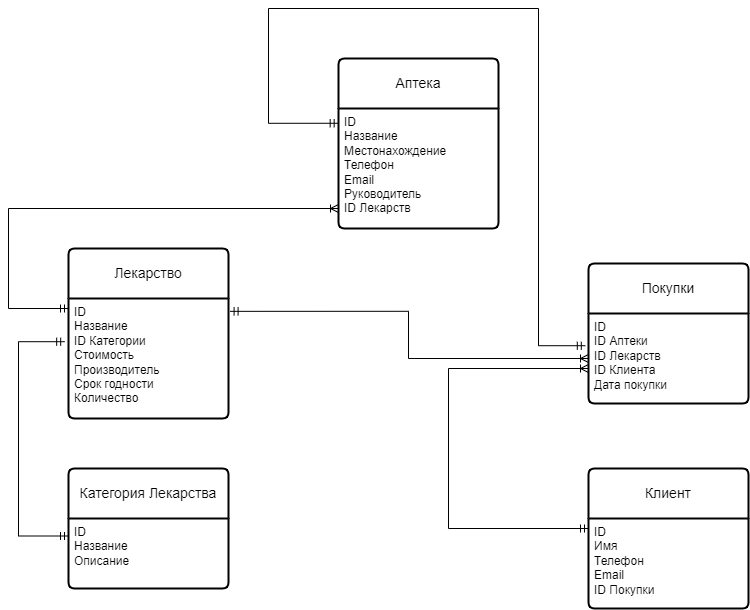
Above: Data_Base.drawio.png in Darber32/Calculator (draw.io), before the change. Source tidied: cells renumbered, new cells last; positions are measured from the earlier drawing's top-left corner, leaving out a move shared by most shapes. Source of this version:
```xml
<mxGraphModel>
  <root>
    <mxCell id="0" />
    <mxCell id="1" parent="0" />
    <mxCell id="2" value="Аптека" style="swimlane;horizontal=1;startSize=50;rounded=1;fontSize=14;fontStyle=0;strokeWidth=2;shadow=0;dashed=0;align=center;arcSize=4;whiteSpace=wrap;html=1;" parent="1" vertex="1">
      <mxGeometry x="330" y="50" width="160" height="170" as="geometry" />
    </mxCell>
    <mxCell id="3" value="ID&lt;div&gt;Название&lt;/div&gt;&lt;div&gt;Местонахождение&lt;/div&gt;&lt;div&gt;Телефон&lt;/div&gt;&lt;div&gt;Email&lt;/div&gt;&lt;div&gt;Руководитель&lt;/div&gt;&lt;div&gt;ID Лекарств&lt;/div&gt;" style="align=left;strokeColor=none;fillColor=none;spacingLeft=4;fontSize=12;verticalAlign=top;html=1;" parent="2" vertex="1">
      <mxGeometry y="50" width="160" height="120" as="geometry" />
    </mxCell>
    <mxCell id="4" value="Лекарство" style="swimlane;horizontal=1;startSize=50;rounded=1;fontSize=14;fontStyle=0;strokeWidth=2;shadow=0;dashed=0;align=center;arcSize=4;whiteSpace=wrap;html=1;" parent="1" vertex="1">
      <mxGeometry x="60" y="240" width="160" height="170" as="geometry" />
    </mxCell>
    <mxCell id="5" value="ID&lt;div&gt;Название&lt;/div&gt;&lt;div&gt;ID Категории&lt;/div&gt;&lt;div&gt;Стоимость&lt;/div&gt;&lt;div&gt;Производитель&lt;/div&gt;&lt;div&gt;Срок годности&lt;/div&gt;&lt;div&gt;Количество&lt;/div&gt;" style="align=left;strokeColor=none;fillColor=none;spacingLeft=4;fontSize=12;verticalAlign=top;html=1;" parent="4" vertex="1">
      <mxGeometry y="50" width="160" height="120" as="geometry" />
    </mxCell>
    <mxCell id="6" value="Покупки" style="swimlane;horizontal=1;startSize=50;rounded=1;fontSize=14;fontStyle=0;strokeWidth=2;shadow=0;dashed=0;align=center;arcSize=4;whiteSpace=wrap;html=1;" parent="1" vertex="1">
      <mxGeometry x="580" y="255" width="160" height="140" as="geometry" />
    </mxCell>
    <mxCell id="7" value="&lt;div&gt;ID&lt;/div&gt;&lt;span style=&quot;background-color: initial;&quot;&gt;ID Аптеки&lt;/span&gt;&lt;div&gt;&lt;div&gt;ID Лекарств&lt;/div&gt;&lt;div&gt;&lt;div&gt;ID Клиента&lt;/div&gt;&lt;div&gt;Дата покупки&lt;/div&gt;&lt;/div&gt;&lt;/div&gt;" style="align=left;strokeColor=none;fillColor=none;spacingLeft=4;fontSize=12;verticalAlign=top;html=1;" parent="6" vertex="1">
      <mxGeometry y="50" width="160" height="90" as="geometry" />
    </mxCell>
    <mxCell id="8" value="Категория Лекарства" style="swimlane;horizontal=1;startSize=50;rounded=1;fontSize=14;fontStyle=0;strokeWidth=2;shadow=0;dashed=0;align=center;arcSize=4;whiteSpace=wrap;html=1;" parent="1" vertex="1">
      <mxGeometry x="60" y="460" width="160" height="120" as="geometry" />
    </mxCell>
    <mxCell id="9" value="ID&lt;div&gt;Название&lt;/div&gt;&lt;div&gt;Описание&lt;/div&gt;" style="align=left;strokeColor=none;fillColor=none;spacingLeft=4;fontSize=12;verticalAlign=top;html=1;" parent="8" vertex="1">
      <mxGeometry y="50" width="160" height="70" as="geometry" />
    </mxCell>
    <mxCell id="10" value="Клиент" style="swimlane;horizontal=1;startSize=50;rounded=1;fontSize=14;fontStyle=0;strokeWidth=2;shadow=0;dashed=0;align=center;arcSize=4;whiteSpace=wrap;html=1;" parent="1" vertex="1">
      <mxGeometry x="580" y="460" width="160" height="140" as="geometry" />
    </mxCell>
    <mxCell id="11" value="ID&lt;div&gt;Имя&lt;/div&gt;&lt;div&gt;Телефон&lt;/div&gt;&lt;div&gt;Email&lt;/div&gt;&lt;div&gt;ID Покупки&lt;/div&gt;" style="align=left;strokeColor=none;fillColor=none;spacingLeft=4;fontSize=12;verticalAlign=top;html=1;" parent="10" vertex="1">
      <mxGeometry y="50" width="160" height="90" as="geometry" />
    </mxCell>
    <mxCell id="12" style="edgeStyle=orthogonalEdgeStyle;fontSize=12;html=1;endArrow=ERmandOne;startArrow=ERmandOne;rounded=0;entryX=0;entryY=0.25;entryDx=0;entryDy=0;exitX=-0.024;exitY=0.36;exitDx=0;exitDy=0;exitPerimeter=0;" parent="1" edge="1" source="5" target="9">
      <mxGeometry relative="1" as="geometry">
        <Array as="points">
          <mxPoint x="10" y="333" />
          <mxPoint x="10" y="528" />
        </Array>
      </mxGeometry>
    </mxCell>
    <mxCell id="13" style="edgeStyle=orthogonalEdgeStyle;fontSize=12;html=1;endArrow=ERoneToMany;startArrow=ERmandOne;rounded=0;startFill=0;endFill=0;" parent="1" edge="1" target="3">
      <mxGeometry relative="1" as="geometry">
        <mxPoint x="60" y="300" as="sourcePoint" />
        <Array as="points">
          <mxPoint y="300" />
          <mxPoint y="200" />
        </Array>
      </mxGeometry>
    </mxCell>
    <mxCell id="14" style="fontSize=12;html=1;endArrow=ERoneToMany;startArrow=ERmandOne;rounded=0;edgeStyle=orthogonalEdgeStyle;" parent="1" edge="1" source="11" target="7">
      <mxGeometry relative="1" as="geometry">
        <Array as="points">
          <mxPoint x="440" y="520" />
          <mxPoint x="440" y="360" />
        </Array>
      </mxGeometry>
    </mxCell>
    <mxCell id="15" style="edgeStyle=orthogonalEdgeStyle;fontSize=12;html=1;endArrow=ERmandOne;startArrow=ERmandOne;rounded=0;entryX=-0.02;entryY=0.358;entryDx=0;entryDy=0;entryPerimeter=0;exitX=-0.002;exitY=0.123;exitDx=0;exitDy=0;exitPerimeter=0;" parent="1" edge="1" source="3" target="7">
      <mxGeometry relative="1" as="geometry">
        <Array as="points">
          <mxPoint x="260" y="115" />
          <mxPoint x="260" />
          <mxPoint x="530" />
          <mxPoint x="530" y="337" />
        </Array>
      </mxGeometry>
    </mxCell>
    <mxCell id="16" style="edgeStyle=orthogonalEdgeStyle;fontSize=12;html=1;endArrow=ERoneToMany;startArrow=ERmandOne;rounded=0;exitX=1.01;exitY=0.107;exitDx=0;exitDy=0;exitPerimeter=0;entryX=0;entryY=0.5;entryDx=0;entryDy=0;" parent="1" edge="1" source="5" target="7">
      <mxGeometry relative="1" as="geometry" />
    </mxCell>
  </root>
</mxGraphModel>
```
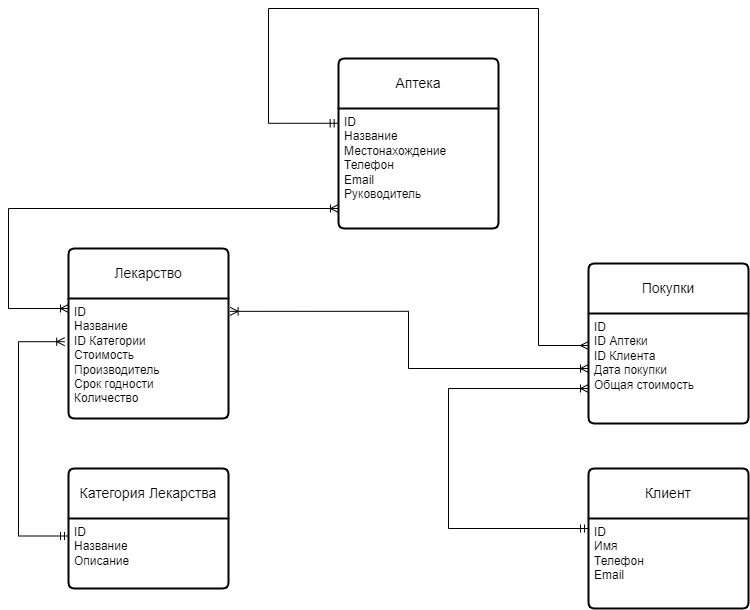
After the change.

What changed in the source:
```diff
@@ -5,7 +5,7 @@
     <mxCell id="2" value="Аптека" style="swimlane;horizontal=1;startSize=50;rounded=1;fontSize=14;fontStyle=0;strokeWidth=2;shadow=0;dashed=0;align=center;arcSize=4;whiteSpace=wrap;html=1;" parent="1" vertex="1">
       <mxGeometry x="330" y="50" width="160" height="170" as="geometry" />
     </mxCell>
-    <mxCell id="3" value="ID&lt;div&gt;Название&lt;/div&gt;&lt;div&gt;Местонахождение&lt;/div&gt;&lt;div&gt;Телефон&lt;/div&gt;&lt;div&gt;Email&lt;/div&gt;&lt;div&gt;Руководитель&lt;/div&gt;&lt;div&gt;ID Лекарств&lt;/div&gt;" style="align=left;strokeColor=none;fillColor=none;spacingLeft=4;fontSize=12;verticalAlign=top;html=1;" parent="2" vertex="1">
+    <mxCell id="3" value="ID&lt;div&gt;Название&lt;/div&gt;&lt;div&gt;Местонахождение&lt;/div&gt;&lt;div&gt;Телефон&lt;/div&gt;&lt;div&gt;Email&lt;/div&gt;&lt;div&gt;Руководитель&lt;/div&gt;&lt;div&gt;&lt;br&gt;&lt;/div&gt;" style="align=left;strokeColor=none;fillColor=none;spacingLeft=4;fontSize=12;verticalAlign=top;html=1;" parent="2" vertex="1">
       <mxGeometry y="50" width="160" height="120" as="geometry" />
     </mxCell>
     <mxCell id="4" value="Лекарство" style="swimlane;horizontal=1;startSize=50;rounded=1;fontSize=14;fontStyle=0;strokeWidth=2;shadow=0;dashed=0;align=center;arcSize=4;whiteSpace=wrap;html=1;" parent="1" vertex="1">
@@ -15,10 +15,10 @@
       <mxGeometry y="50" width="160" height="120" as="geometry" />
     </mxCell>
     <mxCell id="6" value="Покупки" style="swimlane;horizontal=1;startSize=50;rounded=1;fontSize=14;fontStyle=0;strokeWidth=2;shadow=0;dashed=0;align=center;arcSize=4;whiteSpace=wrap;html=1;" parent="1" vertex="1">
-      <mxGeometry x="580" y="255" width="160" height="140" as="geometry" />
+      <mxGeometry x="580" y="255" width="160" height="160" as="geometry" />
     </mxCell>
-    <mxCell id="7" value="&lt;div&gt;ID&lt;/div&gt;&lt;span style=&quot;background-color: initial;&quot;&gt;ID Аптеки&lt;/span&gt;&lt;div&gt;&lt;div&gt;ID Лекарств&lt;/div&gt;&lt;div&gt;&lt;div&gt;ID Клиента&lt;/div&gt;&lt;div&gt;Дата покупки&lt;/div&gt;&lt;/div&gt;&lt;/div&gt;" style="align=left;strokeColor=none;fillColor=none;spacingLeft=4;fontSize=12;verticalAlign=top;html=1;" parent="6" vertex="1">
-      <mxGeometry y="50" width="160" height="90" as="geometry" />
+    <mxCell id="7" value="&lt;div&gt;ID&lt;/div&gt;&lt;span style=&quot;background-color: initial;&quot;&gt;ID Аптеки&lt;/span&gt;&lt;div&gt;&lt;div&gt;&lt;div&gt;&lt;div&gt;ID Клиента&lt;/div&gt;&lt;div&gt;Дата покупки&lt;/div&gt;&lt;/div&gt;&lt;/div&gt;&lt;div&gt;Общая стоимость&lt;/div&gt;&lt;/div&gt;" style="align=left;strokeColor=none;fillColor=none;spacingLeft=4;fontSize=12;verticalAlign=top;html=1;" parent="6" vertex="1">
+      <mxGeometry y="50" width="160" height="110" as="geometry" />
     </mxCell>
     <mxCell id="8" value="Категория Лекарства" style="swimlane;horizontal=1;startSize=50;rounded=1;fontSize=14;fontStyle=0;strokeWidth=2;shadow=0;dashed=0;align=center;arcSize=4;whiteSpace=wrap;html=1;" parent="1" vertex="1">
       <mxGeometry x="60" y="460" width="160" height="120" as="geometry" />
@@ -29,10 +29,10 @@
     <mxCell id="10" value="Клиент" style="swimlane;horizontal=1;startSize=50;rounded=1;fontSize=14;fontStyle=0;strokeWidth=2;shadow=0;dashed=0;align=center;arcSize=4;whiteSpace=wrap;html=1;" parent="1" vertex="1">
       <mxGeometry x="580" y="460" width="160" height="140" as="geometry" />
     </mxCell>
-    <mxCell id="11" value="ID&lt;div&gt;Имя&lt;/div&gt;&lt;div&gt;Телефон&lt;/div&gt;&lt;div&gt;Email&lt;/div&gt;&lt;div&gt;ID Покупки&lt;/div&gt;" style="align=left;strokeColor=none;fillColor=none;spacingLeft=4;fontSize=12;verticalAlign=top;html=1;" parent="10" vertex="1">
+    <mxCell id="11" value="ID&lt;div&gt;Имя&lt;/div&gt;&lt;div&gt;Телефон&lt;/div&gt;&lt;div&gt;Email&lt;/div&gt;&lt;div&gt;&lt;br&gt;&lt;/div&gt;" style="align=left;strokeColor=none;fillColor=none;spacingLeft=4;fontSize=12;verticalAlign=top;html=1;" parent="10" vertex="1">
       <mxGeometry y="50" width="160" height="90" as="geometry" />
     </mxCell>
-    <mxCell id="12" style="edgeStyle=orthogonalEdgeStyle;fontSize=12;html=1;endArrow=ERmandOne;startArrow=ERmandOne;rounded=0;entryX=0;entryY=0.25;entryDx=0;entryDy=0;exitX=-0.024;exitY=0.36;exitDx=0;exitDy=0;exitPerimeter=0;" parent="1" edge="1" source="5" target="9">
+    <mxCell id="12" style="edgeStyle=orthogonalEdgeStyle;fontSize=12;html=1;endArrow=ERmandOne;startArrow=ERoneToMany;rounded=0;entryX=0;entryY=0.25;entryDx=0;entryDy=0;exitX=-0.024;exitY=0.36;exitDx=0;exitDy=0;exitPerimeter=0;endFill=0;startFill=0;" parent="1" edge="1" source="5" target="9">
       <mxGeometry relative="1" as="geometry">
         <Array as="points">
           <mxPoint x="10" y="333" />
@@ -40,7 +40,7 @@
         </Array>
       </mxGeometry>
     </mxCell>
-    <mxCell id="13" style="edgeStyle=orthogonalEdgeStyle;fontSize=12;html=1;endArrow=ERoneToMany;startArrow=ERmandOne;rounded=0;startFill=0;endFill=0;" parent="1" edge="1" target="3">
+    <mxCell id="13" style="edgeStyle=orthogonalEdgeStyle;fontSize=12;html=1;endArrow=ERoneToMany;startArrow=ERoneToMany;rounded=0;startFill=0;endFill=0;" parent="1" edge="1" target="3">
       <mxGeometry relative="1" as="geometry">
         <mxPoint x="60" y="300" as="sourcePoint" />
         <Array as="points">
@@ -53,11 +53,11 @@
       <mxGeometry relative="1" as="geometry">
         <Array as="points">
           <mxPoint x="440" y="520" />
-          <mxPoint x="440" y="360" />
+          <mxPoint x="440" y="380" />
         </Array>
       </mxGeometry>
     </mxCell>
-    <mxCell id="15" style="edgeStyle=orthogonalEdgeStyle;fontSize=12;html=1;endArrow=ERmandOne;startArrow=ERmandOne;rounded=0;entryX=-0.02;entryY=0.358;entryDx=0;entryDy=0;entryPerimeter=0;exitX=-0.002;exitY=0.123;exitDx=0;exitDy=0;exitPerimeter=0;" parent="1" edge="1" source="3" target="7">
+    <mxCell id="15" style="edgeStyle=orthogonalEdgeStyle;fontSize=12;html=1;endArrow=ERmany;startArrow=ERmandOne;rounded=0;exitX=-0.002;exitY=0.123;exitDx=0;exitDy=0;exitPerimeter=0;startFill=0;endFill=0;" parent="1" edge="1" source="3" target="7">
       <mxGeometry relative="1" as="geometry">
         <Array as="points">
           <mxPoint x="260" y="115" />
@@ -67,7 +67,7 @@
         </Array>
       </mxGeometry>
     </mxCell>
-    <mxCell id="16" style="edgeStyle=orthogonalEdgeStyle;fontSize=12;html=1;endArrow=ERoneToMany;startArrow=ERmandOne;rounded=0;exitX=1.01;exitY=0.107;exitDx=0;exitDy=0;exitPerimeter=0;entryX=0;entryY=0.5;entryDx=0;entryDy=0;" parent="1" edge="1" source="5" target="7">
+    <mxCell id="16" style="edgeStyle=orthogonalEdgeStyle;fontSize=12;html=1;endArrow=ERoneToMany;startArrow=ERoneToMany;rounded=0;exitX=1.01;exitY=0.107;exitDx=0;exitDy=0;exitPerimeter=0;entryX=0;entryY=0.5;entryDx=0;entryDy=0;startFill=0;" parent="1" edge="1" source="5" target="7">
       <mxGeometry relative="1" as="geometry" />
     </mxCell>
   </root>
```
